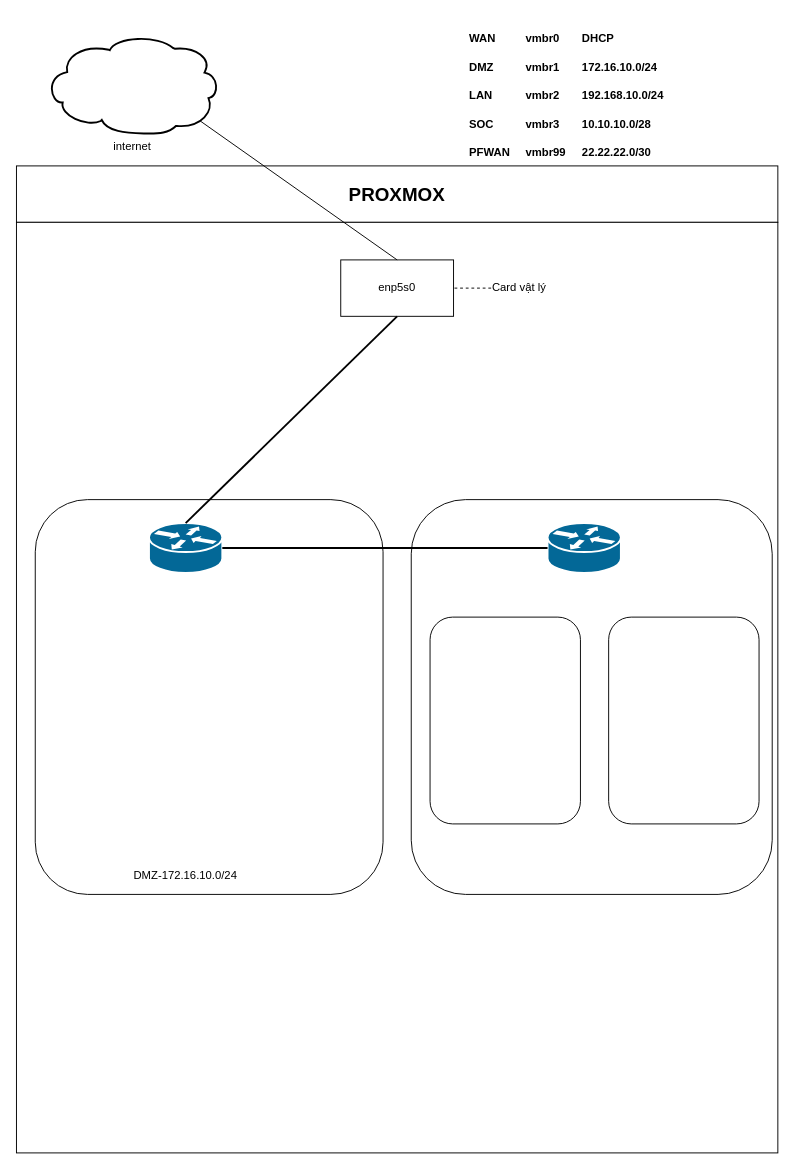
The draw.io diagram network.drawio in BHNamSSD/ELK, before the edit. Source tidied: cells renumbered, new cells numbered last; positions are measured from the earlier drawing's top-left corner, leaving out a move shared by most shapes. Both pictures are drawn from the tidied source at 94%, with x=0, y=0 at pixel (16, 24).
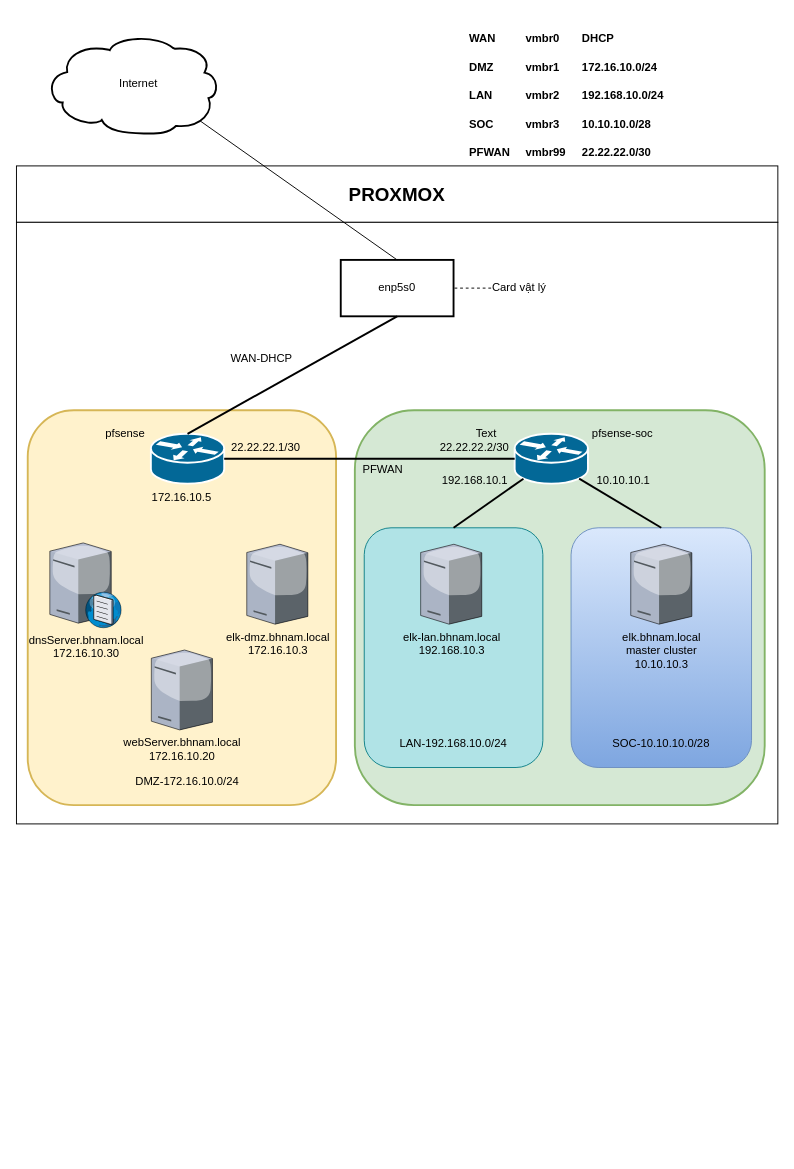
After the change.

Commit message (it also covers changes not shown here):
Cập nhật network.drawio

Diff of the diagram source:
```diff
@@
-    <mxCell id="2" value="internet" style="shape=mxgraph.cisco.storage.cloud;sketch=0;html=1;dashed=0;strokeWidth=2;verticalLabelPosition=bottom;verticalAlign=top;align=center;outlineConnect=0;" parent="1" vertex="1">
+    <mxCell id="2" style="shape=mxgraph.cisco.storage.cloud;sketch=0;html=1;dashed=0;strokeWidth=2;verticalLabelPosition=bottom;verticalAlign=top;align=center;outlineConnect=0;" parent="1" vertex="1">
       <mxGeometry x="30" y="10" width="186" height="106" as="geometry" />
     </mxCell>
@@
     <mxCell id="7" style="rounded=0;whiteSpace=wrap;html=1;" parent="1" vertex="1">
-      <mxGeometry y="210" width="810" height="990" as="geometry" />
+      <mxGeometry y="210" width="810" height="640" as="geometry" />
     </mxCell>
-    <mxCell id="8" value="enp5s0" style="rounded=0;whiteSpace=wrap;html=1;" parent="1" vertex="1">
+    <mxCell id="8" value="enp5s0" style="rounded=0;whiteSpace=wrap;html=1;strokeWidth=2;" parent="1" vertex="1">
       <mxGeometry x="345" y="250" width="120" height="60" as="geometry" />
     </mxCell>
@@
-    <mxCell id="12" style="rounded=1;whiteSpace=wrap;html=1;" parent="1" vertex="1">
-      <mxGeometry x="20" y="505" width="370" height="420" as="geometry" />
+    <mxCell id="12" style="rounded=1;whiteSpace=wrap;html=1;fillColor=#fff2cc;strokeColor=#d6b656;strokeWidth=2;" parent="1" vertex="1">
+      <mxGeometry x="12" y="410" width="328" height="420" as="geometry" />
     </mxCell>
-    <mxCell id="13" style="rounded=1;whiteSpace=wrap;html=1;" parent="1" vertex="1">
-      <mxGeometry x="420" y="505" width="384" height="420" as="geometry" />
+    <mxCell id="13" style="rounded=1;whiteSpace=wrap;html=1;fillColor=#d5e8d4;strokeColor=#82b366;strokeWidth=2;" parent="1" vertex="1">
+      <mxGeometry x="360" y="410" width="436" height="420" as="geometry" />
     </mxCell>
     <mxCell id="14" style="shape=mxgraph.cisco.routers.router;sketch=0;html=1;dashed=0;fillColor=#036897;strokeColor=#ffffff;strokeWidth=2;verticalLabelPosition=bottom;verticalAlign=top;align=center;outlineConnect=0;" parent="1" vertex="1">
-      <mxGeometry x="141" y="530" width="78" height="53" as="geometry" />
+      <mxGeometry x="143" y="435" width="78" height="53" as="geometry" />
     </mxCell>
     <mxCell id="15" style="shape=mxgraph.cisco.routers.router;sketch=0;html=1;dashed=0;fillColor=#036897;strokeColor=#ffffff;strokeWidth=2;verticalLabelPosition=bottom;verticalAlign=top;align=center;outlineConnect=0;" parent="1" vertex="1">
-      <mxGeometry x="565" y="530" width="78" height="53" as="geometry" />
+      <mxGeometry x="530" y="435" width="78" height="53" as="geometry" />
     </mxCell>
     <mxCell id="16" value="DMZ-172.16.10.0/24" style="text;html=1;align=center;verticalAlign=middle;whiteSpace=wrap;rounded=0;" parent="1" vertex="1">
-      <mxGeometry x="110" y="890" width="140" height="30" as="geometry" />
+      <mxGeometry x="112" y="790" width="140" height="30" as="geometry" />
     </mxCell>
@@
-    <mxCell id="18" style="rounded=1;whiteSpace=wrap;html=1;" parent="1" vertex="1">
-      <mxGeometry x="440" y="630" width="160" height="220" as="geometry" />
+    <mxCell id="18" style="rounded=1;whiteSpace=wrap;html=1;fillColor=#b0e3e6;strokeColor=#0e8088;" parent="1" vertex="1">
+      <mxGeometry x="370" y="535" width="190" height="255" as="geometry" />
     </mxCell>
-    <mxCell id="19" style="rounded=1;whiteSpace=wrap;html=1;" parent="1" vertex="1">
-      <mxGeometry x="630" y="630" width="160" height="220" as="geometry" />
+    <mxCell id="19" style="rounded=1;whiteSpace=wrap;html=1;fillColor=#dae8fc;gradientColor=#7ea6e0;strokeColor=#6c8ebf;" parent="1" vertex="1">
+      <mxGeometry x="590" y="535" width="192" height="255" as="geometry" />
     </mxCell>
@@
+    <mxCell id="21" value="SOC-10.10.10.0/28" style="text;html=1;align=center;verticalAlign=middle;whiteSpace=wrap;rounded=0;" parent="1" vertex="1">
+      <mxGeometry x="616" y="750" width="140" height="30" as="geometry" />
+    </mxCell>
+    <mxCell id="22" value="LAN-192.168.10.0/24" style="text;html=1;align=center;verticalAlign=middle;whiteSpace=wrap;rounded=0;" parent="1" vertex="1">
+      <mxGeometry x="395" y="750" width="140" height="30" as="geometry" />
+    </mxCell>
+    <mxCell id="23" value="172.16.10.5" style="text;html=1;align=center;verticalAlign=middle;whiteSpace=wrap;rounded=0;" parent="1" vertex="1">
+      <mxGeometry x="146" y="488" width="60" height="30" as="geometry" />
+    </mxCell>
+    <mxCell id="24" value="WAN-DHCP" style="text;html=1;align=center;verticalAlign=middle;whiteSpace=wrap;rounded=0;" parent="1" vertex="1">
+      <mxGeometry x="221" y="340" width="80" height="30" as="geometry" />
+    </mxCell>
+    <mxCell id="25" value="22.22.22.1/30" style="text;html=1;align=center;verticalAlign=middle;whiteSpace=wrap;rounded=0;" parent="1" vertex="1">
+      <mxGeometry x="221" y="435" width="89" height="30" as="geometry" />
+    </mxCell>
+    <mxCell id="26" value="22.22.22.2/30" style="text;html=1;align=center;verticalAlign=middle;whiteSpace=wrap;rounded=0;" parent="1" vertex="1">
+      <mxGeometry x="450" y="435" width="75" height="30" as="geometry" />
+    </mxCell>
+    <mxCell id="27" value="PFWAN" style="text;html=1;align=center;verticalAlign=middle;whiteSpace=wrap;rounded=0;" parent="1" vertex="1">
+      <mxGeometry x="360" y="458" width="60" height="30" as="geometry" />
+    </mxCell>
+    <mxCell id="28" value="&lt;div&gt;dnsServer.bhnam.local&lt;/div&gt;&lt;div&gt;172.16.10.30&lt;/div&gt;" style="verticalLabelPosition=bottom;sketch=0;html=1;verticalAlign=top;strokeColor=none;align=center;shape=mxgraph.citrix.dns_server;" parent="1" vertex="1">
+      <mxGeometry x="35.5" y="548.8" width="76.5" height="92.5" as="geometry" />
+    </mxCell>
+    <mxCell id="29" value="&lt;div&gt;elk-dmz.bhnam.local&lt;/div&gt;&lt;div&gt;172.16.10.3&lt;/div&gt;" style="verticalLabelPosition=bottom;sketch=0;html=1;verticalAlign=top;strokeColor=none;align=center;shape=mxgraph.citrix.license_server;" parent="1" vertex="1">
+      <mxGeometry x="245" y="552.5" width="65" height="85" as="geometry" />
+    </mxCell>
+    <mxCell id="30" value="&lt;div&gt;elk-lan.bhnam.local&lt;/div&gt;&lt;div&gt;192.168.10.3&lt;/div&gt;" style="verticalLabelPosition=bottom;sketch=0;html=1;verticalAlign=top;strokeColor=none;align=center;shape=mxgraph.citrix.license_server;" parent="1" vertex="1">
+      <mxGeometry x="430" y="552.5" width="65" height="85" as="geometry" />
+    </mxCell>
+    <mxCell id="31" value="&lt;div&gt;elk.bhnam.local&lt;/div&gt;&lt;div&gt;master cluster&lt;/div&gt;&lt;div&gt;10.10.10.3&lt;/div&gt;" style="verticalLabelPosition=bottom;sketch=0;html=1;verticalAlign=top;strokeColor=none;align=center;shape=mxgraph.citrix.license_server;" parent="1" vertex="1">
+      <mxGeometry x="653.5" y="552.5" width="65" height="85" as="geometry" />
+    </mxCell>
+    <mxCell id="32" style="endArrow=none;html=1;rounded=0;entryX=0.5;entryY=0;entryDx=0;entryDy=0;exitX=0.88;exitY=0.9;exitDx=0;exitDy=0;exitPerimeter=0;strokeWidth=2;" parent="1" edge="1" source="15" target="19">
+      <mxGeometry relative="1" as="geometry" />
+    </mxCell>
+    <mxCell id="33" style="endArrow=none;html=1;rounded=0;entryX=0.12;entryY=0.9;entryDx=0;entryDy=0;entryPerimeter=0;exitX=0.5;exitY=0;exitDx=0;exitDy=0;strokeWidth=2;" parent="1" edge="1" source="18" target="15">
+      <mxGeometry relative="1" as="geometry" />
+    </mxCell>
+    <mxCell id="34" value="&lt;div&gt;webServer.bhnam.local&lt;/div&gt;&lt;div&gt;172.16.10.20&lt;/div&gt;" style="verticalLabelPosition=bottom;sketch=0;html=1;verticalAlign=top;strokeColor=none;align=center;shape=mxgraph.citrix.license_server;" parent="1" vertex="1">
+      <mxGeometry x="143.5" y="665" width="65" height="85" as="geometry" />
+    </mxCell>
+    <mxCell id="35" value="10.10.10.1" style="text;html=1;align=center;verticalAlign=middle;whiteSpace=wrap;rounded=0;" parent="1" vertex="1">
+      <mxGeometry x="616" y="470" width="60" height="30" as="geometry" />
+    </mxCell>
+    <mxCell id="36" value="192.168.10.1" style="text;html=1;align=center;verticalAlign=middle;whiteSpace=wrap;rounded=0;" parent="1" vertex="1">
+      <mxGeometry x="457.5" y="470" width="60" height="30" as="geometry" />
+    </mxCell>
+    <mxCell id="37" value="pfsense-soc" style="text;html=1;align=center;verticalAlign=middle;whiteSpace=wrap;rounded=0;" parent="1" vertex="1">
+      <mxGeometry x="600" y="420" width="90" height="30" as="geometry" />
+    </mxCell>
+    <mxCell id="38" value="pfsense" style="text;html=1;align=center;verticalAlign=middle;whiteSpace=wrap;rounded=0;" parent="1" vertex="1">
+      <mxGeometry x="86" y="420" width="60" height="30" as="geometry" />
+    </mxCell>
+    <mxCell id="39" value="Text" style="text;html=1;align=center;verticalAlign=middle;whiteSpace=wrap;rounded=0;" parent="1" vertex="1">
+      <mxGeometry x="470" y="420" width="60" height="30" as="geometry" />
+    </mxCell>
+    <mxCell id="40" value="Internet" style="text;html=1;align=center;verticalAlign=middle;whiteSpace=wrap;rounded=0;" parent="1" vertex="1">
+      <mxGeometry x="100" y="48" width="60" height="30" as="geometry" />
+    </mxCell>
```
